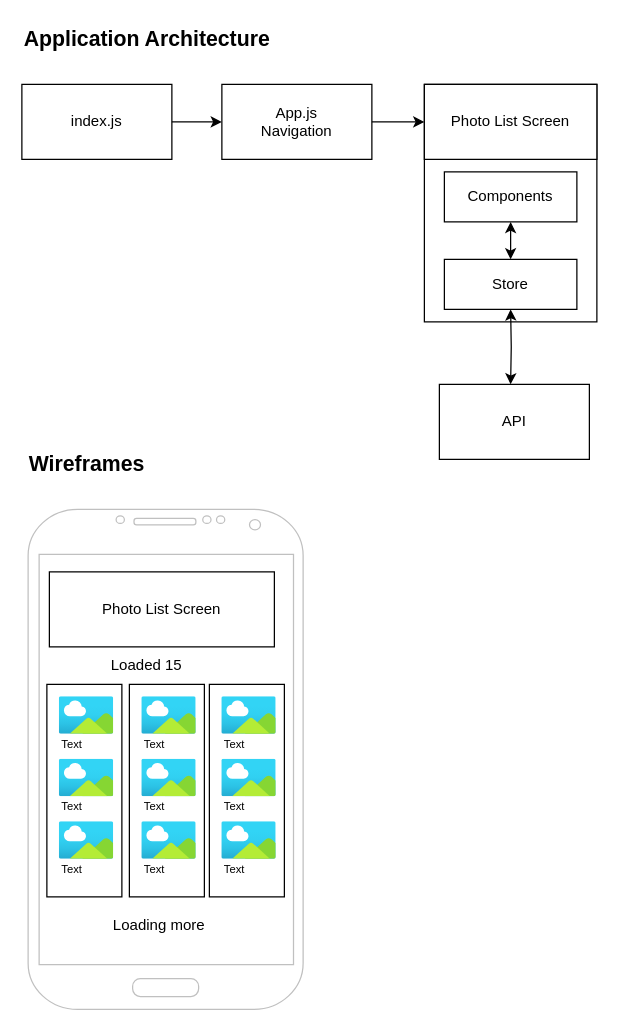
Above: SolutionDesign/SolutionDesign.drawio in MarshalPaterson/flickr-example (draw.io), before the change. Source tidied: cells renumbered, new cells numbered last; positions are measured from the earlier drawing's top-left corner, leaving out a move shared by most shapes. Both pictures are drawn from the tidied source at 125%, with x=0, y=0 at pixel (21, 21).
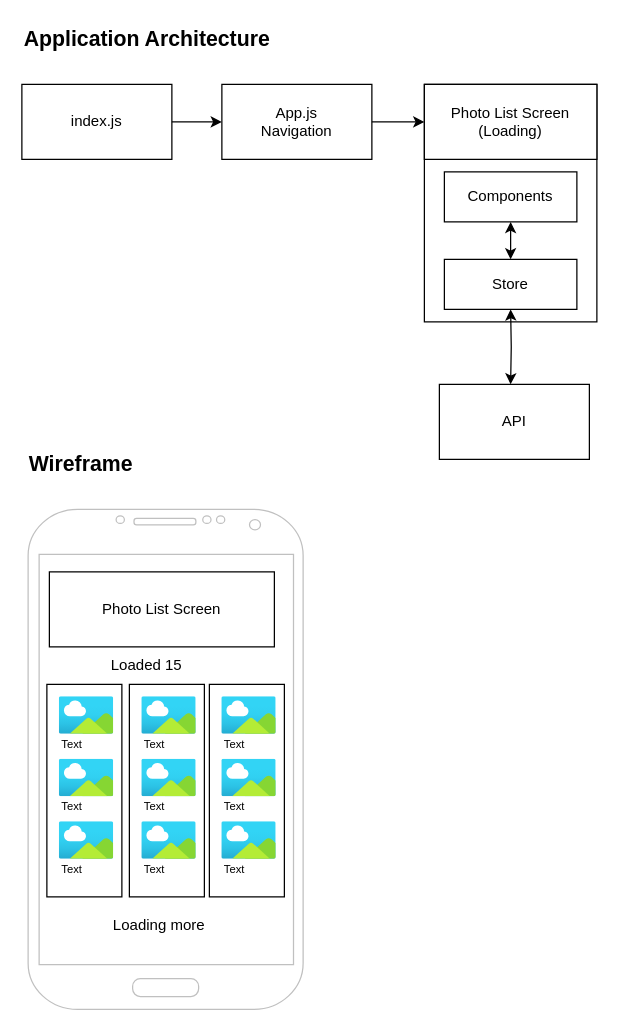
The same diagram, later.

The edit, as a diff of the source:
```diff
@@
-    <mxCell id="5" value="Photo List Screen" style="rounded=0;whiteSpace=wrap;html=1;" parent="1" vertex="1">
+    <mxCell id="5" value="Photo List Screen&lt;br&gt;(Loading)" style="rounded=0;whiteSpace=wrap;html=1;" parent="1" vertex="1">
       <mxGeometry x="322" y="50" width="138" height="60" as="geometry" />
     </mxCell>
@@
-    <mxCell id="50" value="&lt;font style=&quot;font-size: 17px&quot;&gt;Wireframes&lt;/font&gt;" style="text;html=1;strokeColor=none;fillColor=none;align=left;verticalAlign=middle;whiteSpace=wrap;rounded=0;fontSize=9;fontStyle=1;" parent="1" vertex="1">
+    <mxCell id="50" value="&lt;font style=&quot;font-size: 17px&quot;&gt;Wireframe&lt;/font&gt;" style="text;html=1;strokeColor=none;fillColor=none;align=left;verticalAlign=middle;whiteSpace=wrap;rounded=0;fontSize=9;fontStyle=1;" parent="1" vertex="1">
       <mxGeometry x="3.6" y="340" width="200" height="30" as="geometry" />
     </mxCell>
```
